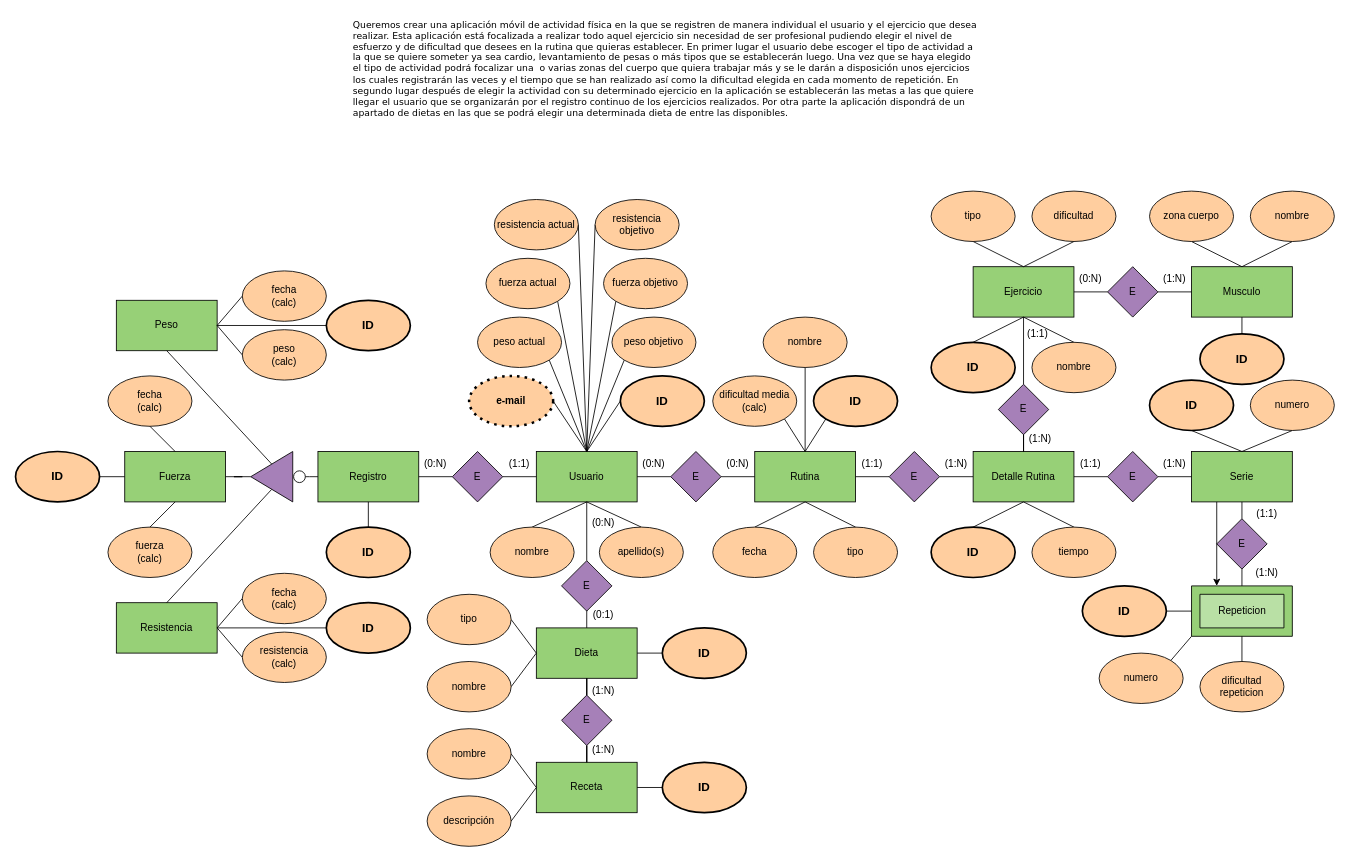
Above: drawio/Grupo 8 E/R Grupo 7.drawio in DiEgOfercri/Modelos-BBDD (draw.io), before the change. Source tidied: cells renumbered, new cells numbered last; positions are measured from the earlier drawing's top-left corner, leaving out a move shared by most shapes. Both pictures are drawn from the tidied source at 84%, with x=0, y=0 at pixel (15, 14).
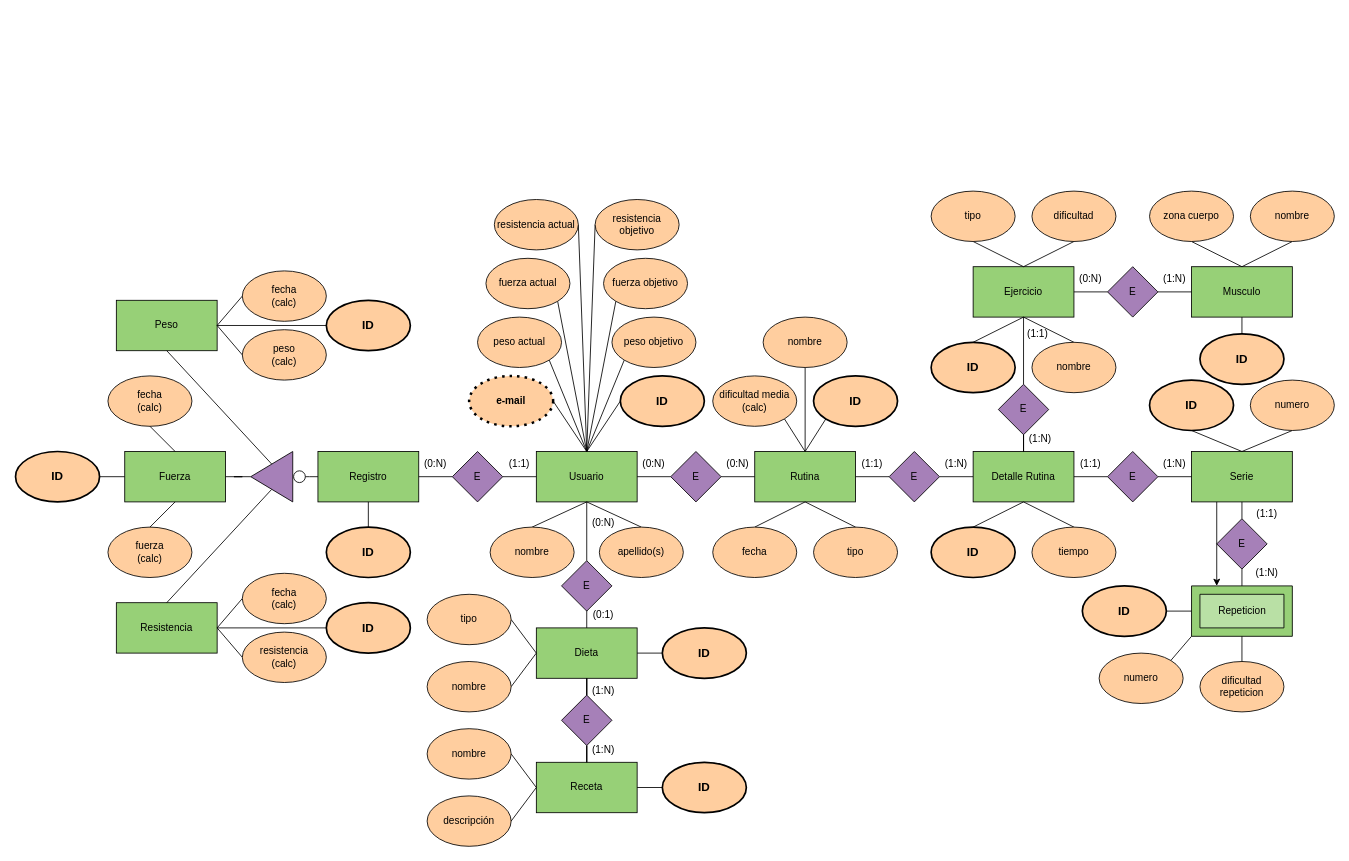
After the change.

Change to the diagram source:
```diff
@@
-    <mxCell id="2" value="&lt;p style=&quot;line-height: 1.8; margin-top: 0pt; margin-bottom: 0pt; font-size: 11px;&quot; dir=&quot;ltr&quot;&gt;&lt;/p&gt;&lt;div style=&quot;font-size: 11px;&quot;&gt;&lt;/div&gt;&lt;span style=&quot;font-size: 11px; background-color: transparent; font-variant-numeric: normal; font-variant-east-asian: normal; font-variant-alternates: normal; font-variant-position: normal; vertical-align: baseline;&quot;&gt;Queremos crear una aplicación móvil de actividad física en la que se registren de manera individual el usuario y el ejercicio que desea realizar. Esta aplicación está focalizada a realizar todo aquel ejercicio sin necesidad de ser profesional pudiendo elegir el nivel de esfuerzo y de dificultad que desees en la rutina que quieras establecer. En primer lugar el usuario debe escoger el tipo de actividad a la que se quiere someter ya sea cardio, levantamiento de pesas o más tipos que se establecerán luego. Una vez que se haya elegido el tipo de actividad podrá focalizar una&amp;nbsp; o varias zonas del cuerpo que quiera trabajar más y se le darán a disposición unos ejercicios los cuales registrarán las veces y el tiempo que se han realizado así como la dificultad elegida en cada momento de repetición. En segundo lugar después de elegir la actividad con su determinado ejercicio en la aplicación se establecerán las metas a las que quiere llegar el usuario que se organizarán por el registro continuo de los ejercicios realizados. Por otra parte la aplicación dispondrá de un apartado de dietas en las que se podrá elegir una determinada dieta de entre las disponibles.&lt;/span&gt;&lt;p style=&quot;font-size: 11px;&quot;&gt;&lt;/p&gt;&lt;span id=&quot;docs-internal-guid-8e93c218-7fff-2fc9-c52b-f58a5ba16b33&quot; style=&quot;font-size: 11px;&quot;&gt;&lt;/span&gt;" style="text;html=1;strokeColor=none;fillColor=none;align=left;verticalAlign=middle;whiteSpace=wrap;rounded=0;fontSize=11;fontFamily=Verdana;" parent="1" vertex="1">
-      <mxGeometry x="400" width="750" height="140" as="geometry" />
-    </mxCell>
```
